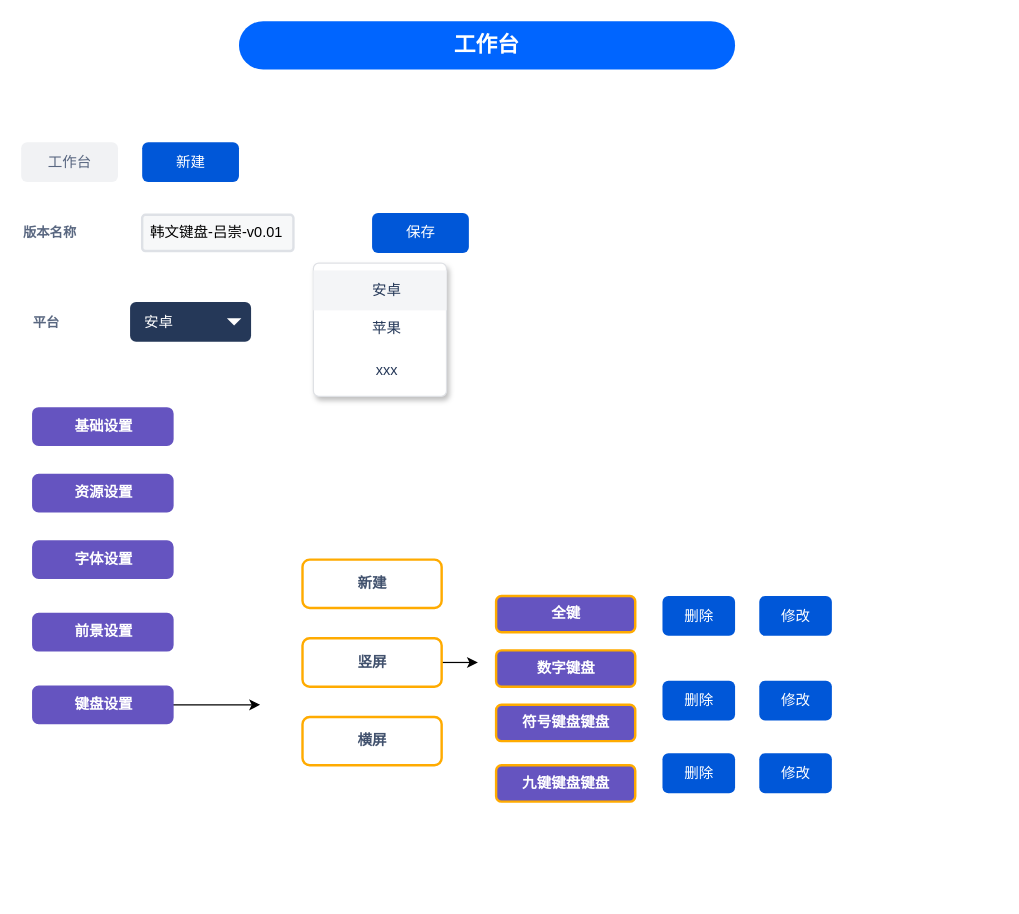
Before: layout-editor/工作台表单.drawio in chonglv/charts, a draw.io diagram. Source tidied: cells renumbered, new cells numbered last; positions are measured from the earlier drawing's top-left corner, leaving out a move shared by most shapes. Both pictures are drawn from the tidied source at 121%, with x=0, y=0 at pixel (21, 21).
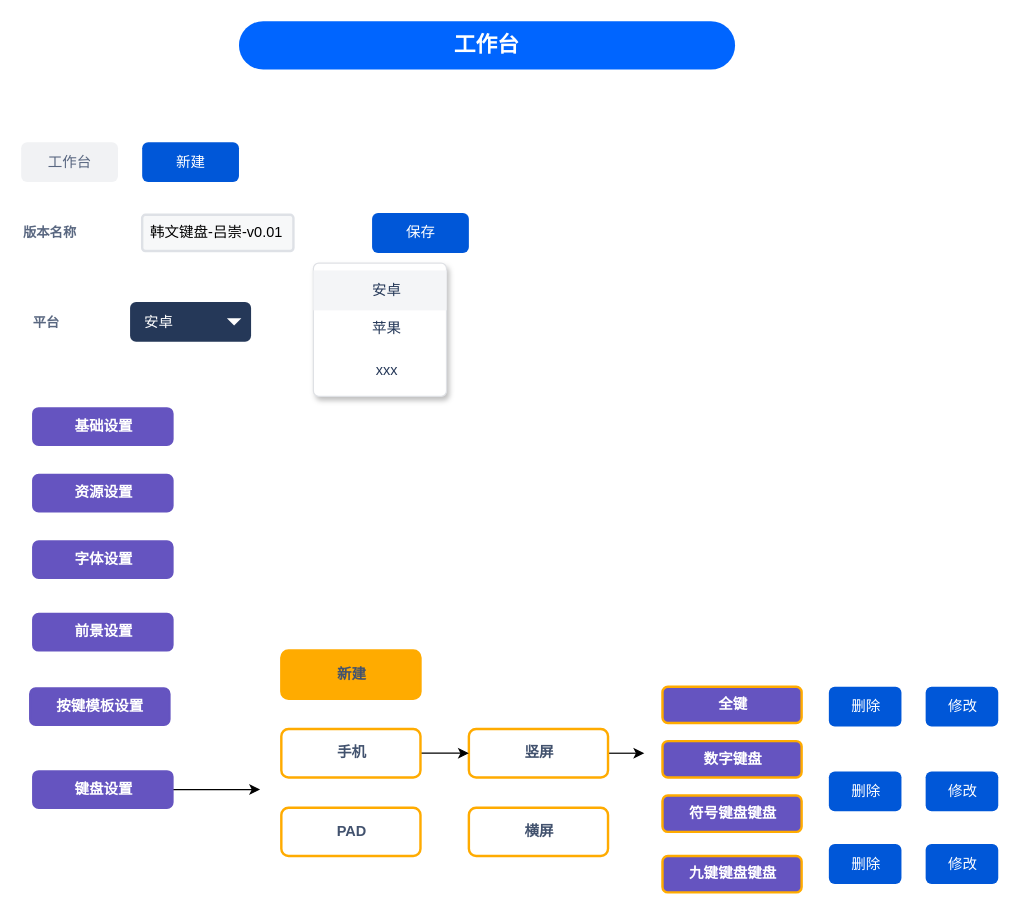
After the change.

Commit message:
更新工作台表单.drawio

Diff of the diagram source:
```diff
@@
     <mxCell id="12" style="edgeStyle=orthogonalEdgeStyle;rounded=0;jettySize=auto;html=1;" parent="1" edge="1" source="13">
       <mxGeometry relative="1" as="geometry">
-        <mxPoint x="197.5" y="565" as="targetPoint" />
+        <mxPoint x="197.5" y="635" as="targetPoint" />
       </mxGeometry>
     </mxCell>
     <mxCell id="13" value="键盘设置" style="dashed=0;html=1;rounded=1;fillColor=#6554C0;strokeColor=#6554C0;fontSize=12;align=center;fontStyle=1;strokeWidth=2;fontColor=#ffffff;" parent="1" vertex="1">
-      <mxGeometry x="10" y="550" width="115" height="30" as="geometry" />
+      <mxGeometry x="10" y="620" width="115" height="30" as="geometry" />
     </mxCell>
     <mxCell id="14" style="edgeStyle=orthogonalEdgeStyle;rounded=0;jettySize=auto;html=1;" parent="1" edge="1" source="15">
       <mxGeometry relative="1" as="geometry">
-        <mxPoint x="377.5" y="530" as="targetPoint" />
+        <mxPoint x="515" y="605" as="targetPoint" />
       </mxGeometry>
     </mxCell>
     <mxCell id="15" value="竖屏" style="dashed=0;html=1;rounded=1;strokeColor=#FFAB00;fontSize=12;align=center;fontStyle=1;strokeWidth=2;fontColor=#42526E;" parent="1" vertex="1">
-      <mxGeometry x="232.5" y="510" width="115" height="40" as="geometry" />
+      <mxGeometry x="370" y="585" width="115" height="40" as="geometry" />
     </mxCell>
     <mxCell id="16" value="横屏" style="dashed=0;html=1;rounded=1;strokeColor=#FFAB00;fontSize=12;align=center;fontStyle=1;strokeWidth=2;fontColor=#42526E;" parent="1" vertex="1">
-      <mxGeometry x="232.5" y="575" width="115" height="40" as="geometry" />
+      <mxGeometry x="370" y="650" width="115" height="40" as="geometry" />
     </mxCell>
     <mxCell id="17" value="全键" style="dashed=0;html=1;rounded=1;fillColor=#6554C0;strokeColor=#FFAB00;fontSize=12;align=center;fontStyle=1;strokeWidth=2;fontColor=#ffffff;" parent="1" vertex="1">
-      <mxGeometry x="392.5" y="475" width="115" height="30" as="geometry" />
+      <mxGeometry x="530" y="550" width="115" height="30" as="geometry" />
     </mxCell>
     <mxCell id="18" value="数字键盘" style="dashed=0;html=1;rounded=1;fillColor=#6554C0;strokeColor=#FFAB00;fontSize=12;align=center;fontStyle=1;strokeWidth=2;fontColor=#ffffff;" parent="1" vertex="1">
-      <mxGeometry x="392.5" y="520" width="115" height="30" as="geometry" />
+      <mxGeometry x="530" y="595" width="115" height="30" as="geometry" />
     </mxCell>
     <mxCell id="19" value="符号键盘键盘" style="dashed=0;html=1;rounded=1;fillColor=#6554C0;strokeColor=#FFAB00;fontSize=12;align=center;fontStyle=1;strokeWidth=2;fontColor=#ffffff;" parent="1" vertex="1">
-      <mxGeometry x="392.5" y="565" width="115" height="30" as="geometry" />
+      <mxGeometry x="530" y="640" width="115" height="30" as="geometry" />
     </mxCell>
     <mxCell id="20" value="九键键盘键盘" style="dashed=0;html=1;rounded=1;fillColor=#6554C0;strokeColor=#FFAB00;fontSize=12;align=center;fontStyle=1;strokeWidth=2;fontColor=#ffffff;" parent="1" vertex="1">
-      <mxGeometry x="392.5" y="615" width="115" height="30" as="geometry" />
+      <mxGeometry x="530" y="690" width="115" height="30" as="geometry" />
     </mxCell>
@@
-    <mxCell id="28" value="新建" style="dashed=0;html=1;rounded=1;strokeColor=#FFAB00;fontSize=12;align=center;fontStyle=1;strokeWidth=2;fontColor=#42526E;" parent="1" vertex="1">
-      <mxGeometry x="232.5" y="445" width="115" height="40" as="geometry" />
+    <mxCell id="28" value="新建" style="dashed=0;html=1;rounded=1;strokeColor=#FFAB00;fontSize=12;align=center;fontStyle=1;strokeWidth=2;fontColor=#42526E;fillColor=#FFAB00;" parent="1" vertex="1">
+      <mxGeometry x="215" y="520" width="115" height="40" as="geometry" />
     </mxCell>
     <mxCell id="29" value="删除" style="rounded=1;fillColor=#0057D8;align=center;strokeColor=none;html=1;fontColor=#ffffff;fontSize=12;" parent="1" vertex="1">
-      <mxGeometry x="530" y="475" width="60" height="33" as="geometry" />
+      <mxGeometry x="667.5" y="550" width="60" height="33" as="geometry" />
     </mxCell>
     <mxCell id="30" value="修改" style="rounded=1;fillColor=#0057D8;align=center;strokeColor=none;html=1;fontColor=#ffffff;fontSize=12;" parent="1" vertex="1">
-      <mxGeometry x="610" y="475" width="60" height="33" as="geometry" />
+      <mxGeometry x="747.5" y="550" width="60" height="33" as="geometry" />
     </mxCell>
     <mxCell id="31" value="删除" style="rounded=1;fillColor=#0057D8;align=center;strokeColor=none;html=1;fontColor=#ffffff;fontSize=12;" parent="1" vertex="1">
-      <mxGeometry x="530" y="545" width="60" height="33" as="geometry" />
+      <mxGeometry x="667.5" y="620" width="60" height="33" as="geometry" />
     </mxCell>
     <mxCell id="32" value="修改" style="rounded=1;fillColor=#0057D8;align=center;strokeColor=none;html=1;fontColor=#ffffff;fontSize=12;" parent="1" vertex="1">
-      <mxGeometry x="610" y="545" width="60" height="33" as="geometry" />
+      <mxGeometry x="747.5" y="620" width="60" height="33" as="geometry" />
     </mxCell>
     <mxCell id="33" value="删除" style="rounded=1;fillColor=#0057D8;align=center;strokeColor=none;html=1;fontColor=#ffffff;fontSize=12;" parent="1" vertex="1">
-      <mxGeometry x="530" y="605" width="60" height="33" as="geometry" />
+      <mxGeometry x="667.5" y="680" width="60" height="33" as="geometry" />
     </mxCell>
     <mxCell id="34" value="修改" style="rounded=1;fillColor=#0057D8;align=center;strokeColor=none;html=1;fontColor=#ffffff;fontSize=12;" parent="1" vertex="1">
-      <mxGeometry x="610" y="605" width="60" height="33" as="geometry" />
+      <mxGeometry x="747.5" y="680" width="60" height="33" as="geometry" />
     </mxCell>
+    <mxCell id="35" style="edgeStyle=orthogonalEdgeStyle;rounded=0;jettySize=auto;html=1;" parent="1" edge="1" source="36" target="15">
+      <mxGeometry relative="1" as="geometry" />
+    </mxCell>
+    <mxCell id="36" value="手机" style="dashed=0;html=1;rounded=1;strokeColor=#FFAB00;fontSize=12;align=center;fontStyle=1;strokeWidth=2;fontColor=#42526E;" parent="1" vertex="1">
+      <mxGeometry x="215" y="585" width="115" height="40" as="geometry" />
+    </mxCell>
+    <mxCell id="37" value="PAD" style="dashed=0;html=1;rounded=1;strokeColor=#FFAB00;fontSize=12;align=center;fontStyle=1;strokeWidth=2;fontColor=#42526E;" parent="1" vertex="1">
+      <mxGeometry x="215" y="650" width="115" height="40" as="geometry" />
+    </mxCell>
+    <mxCell id="38" value="按键模板设置" style="dashed=0;html=1;rounded=1;fillColor=#6554C0;strokeColor=#6554C0;fontSize=12;align=center;fontStyle=1;strokeWidth=2;fontColor=#ffffff;" parent="1" vertex="1">
+      <mxGeometry x="7.5" y="551.5" width="115" height="30" as="geometry" />
+    </mxCell>
```
